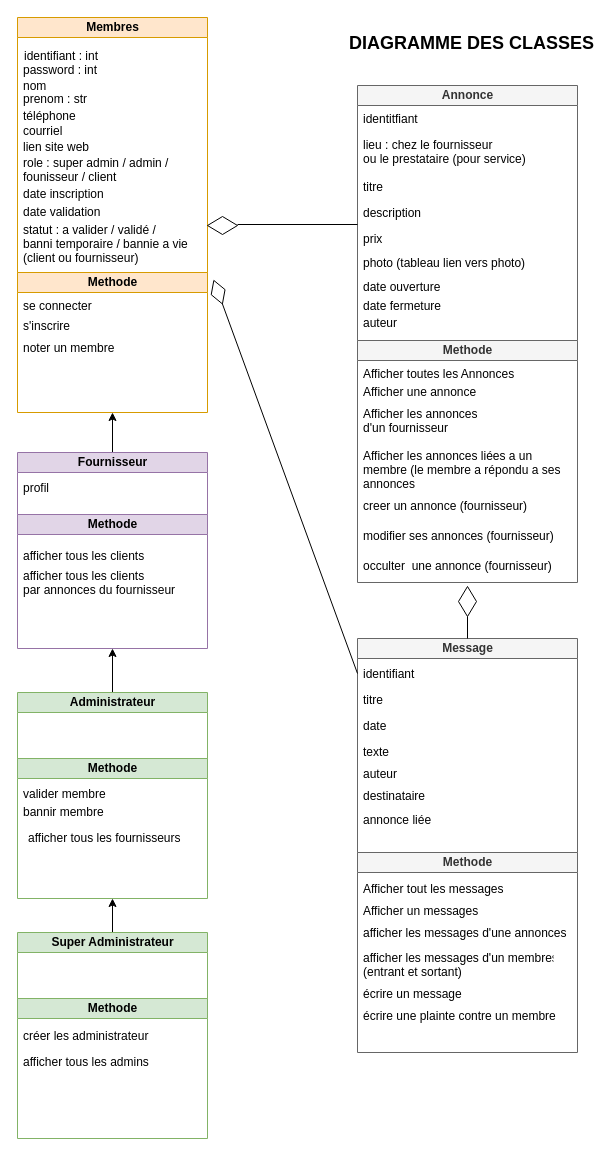
Above: fichiers_projet/database/DIAGRAMME_CLASSES.drawio in Gazowski/projet_picturing (draw.io), before the change. Source tidied: cells renumbered, new cells numbered last; positions are measured from the earlier drawing's top-left corner, leaving out a move shared by most shapes. Both pictures are drawn from the tidied source at 100%, with x=0, y=0 at pixel (17, 17).
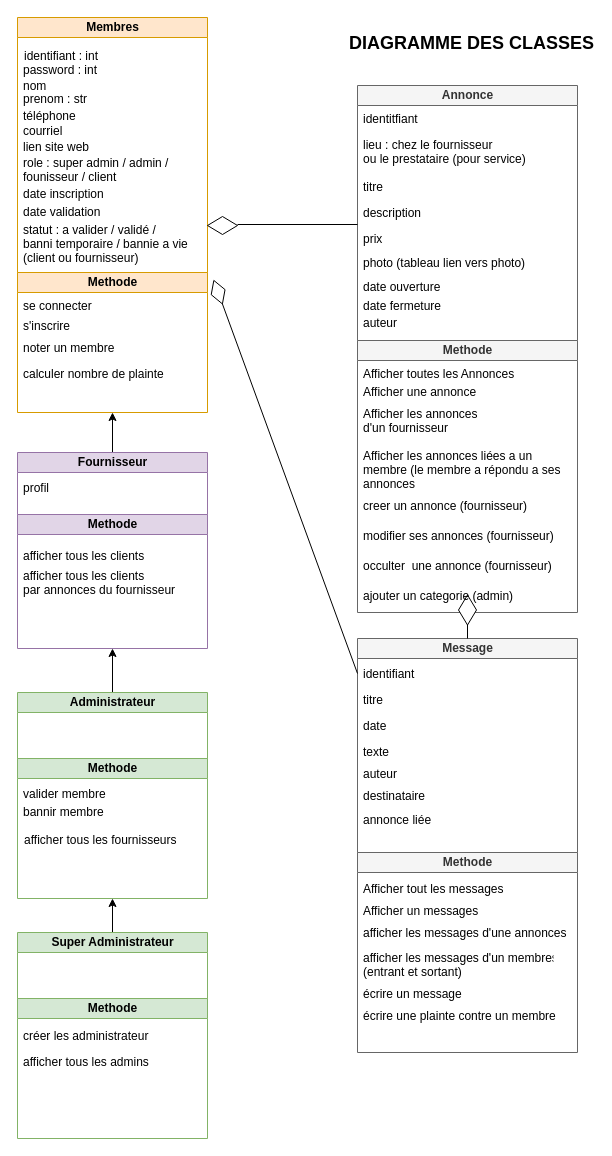
The same diagram, later.

Change to the diagram source:
```diff
@@
     <mxCell id="13" value="Methode" style="swimlane;html=1;startSize=20;horizontal=1;containerType=tree;fillColor=#f5f5f5;strokeColor=#666666;fontColor=#333333;" parent="1" vertex="1">
-      <mxGeometry x="340" y="323" width="220" height="242" as="geometry" />
+      <mxGeometry x="340" y="323" width="220" height="272" as="geometry" />
     </mxCell>
@@
     <mxCell id="30" value="occulter  une annonce (fournisseur)" style="text;strokeColor=none;fillColor=none;align=left;verticalAlign=top;spacingLeft=4;spacingRight=4;overflow=hidden;" parent="1" vertex="1">
-      <mxGeometry x="340" y="535" width="220" height="26" as="geometry" />
+      <mxGeometry x="340" y="535" width="220" height="30" as="geometry" />
     </mxCell>
@@
     <mxCell id="62" style="shape=rhombus;perimeter=rhombusPerimeter;whiteSpace=wrap;html=1;align=center;rotation=90;" parent="1" vertex="1">
-      <mxGeometry x="435" y="575" width="30" height="18" as="geometry" />
+      <mxGeometry x="435" y="583.5" width="30" height="18" as="geometry" />
     </mxCell>
@@
     <mxCell id="72" value="afficher tous les fournisseurs" style="text;strokeColor=none;fillColor=none;align=left;verticalAlign=top;spacingLeft=4;spacingRight=4;overflow=hidden;" parent="1" vertex="1">
-      <mxGeometry x="5" y="807" width="180" height="26" as="geometry" />
+      <mxGeometry x="1" y="809" width="180" height="26" as="geometry" />
     </mxCell>
@@
+    <mxCell id="74" value="calculer nombre de plainte" style="text;strokeColor=none;fillColor=none;align=left;verticalAlign=top;spacingLeft=4;spacingRight=4;overflow=hidden;" parent="1" vertex="1">
+      <mxGeometry y="343" width="180" height="26" as="geometry" />
+    </mxCell>
+    <mxCell id="75" value="ajouter un categorie (admin)" style="text;strokeColor=none;fillColor=none;align=left;verticalAlign=top;spacingLeft=4;spacingRight=4;overflow=hidden;" parent="1" vertex="1">
+      <mxGeometry x="340" y="565" width="220" height="30" as="geometry" />
+    </mxCell>
```
